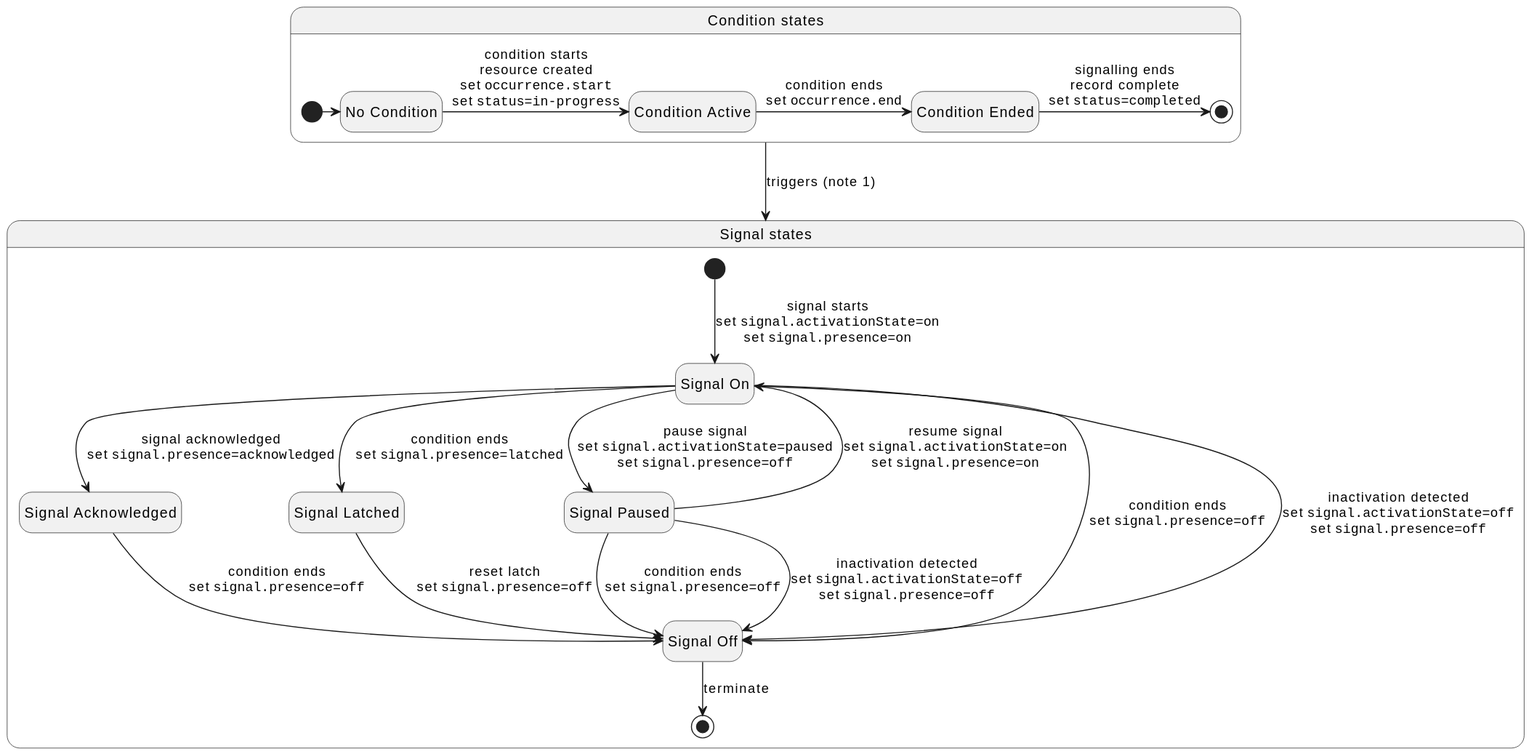
The PlantUML diagram images/devicealert-state-machine.svg in HL7/fhir, before a commit. Source of this version:
```plantuml
@startuml
hide empty description

state Condition as "Condition states" {
  state NoCondition as "No Condition"
  state ConditionActive as "Condition Active"
  state ConditionEnded as "Condition Ended"
  [*]  -right-> NoCondition
  NoCondition -right-> ConditionActive : condition starts\nresource created\nset ""occurrence.start""\nset ""status=in-progress""
  ConditionActive -right-> ConditionEnded : condition ends\nset ""occurrence.end""
  ConditionEnded -right-> [*] : signalling ends\nrecord complete\nset ""status=completed""
}
state Signal as "Signal states" {
  state SignalOn as "Signal On"
  state SignalAck as "Signal Acknowledged"
  state SignalLatched as "Signal Latched"
  state SignalPaused as "Signal Paused"
  state SignalOff as "Signal Off"
  [*]  --> SignalOn : signal starts\nset ""signal.activationState=on""\nset ""signal.presence=on""
  SignalOn -down-> SignalOff : condition ends\nset ""signal.presence=off""
  SignalOn --> SignalAck : signal acknowledged\nset ""signal.presence=acknowledged""
  SignalOn --> SignalLatched : condition ends\nset ""signal.presence=latched""
  SignalOn --> SignalPaused : pause signal\nset ""signal.activationState=paused""\nset ""signal.presence=off""
  SignalOn --> SignalOff : inactivation detected\nset ""signal.activationState=off""\nset ""signal.presence=off""
  SignalAck --> SignalOff : condition ends\nset ""signal.presence=off""
  SignalLatched --> SignalOff : reset latch\nset ""signal.presence=off""
  SignalPaused --> SignalOff : condition ends\nset ""signal.presence=off""
  SignalPaused --> SignalOff : inactivation detected\nset ""signal.activationState=off""\nset ""signal.presence=off""
  SignalPaused --> SignalOn : resume signal\nset ""signal.activationState=on""\nset ""signal.presence=on""
  SignalOff --> [*] : terminate
}
Condition --> Signal  : triggers (note 1)
@enduml
```
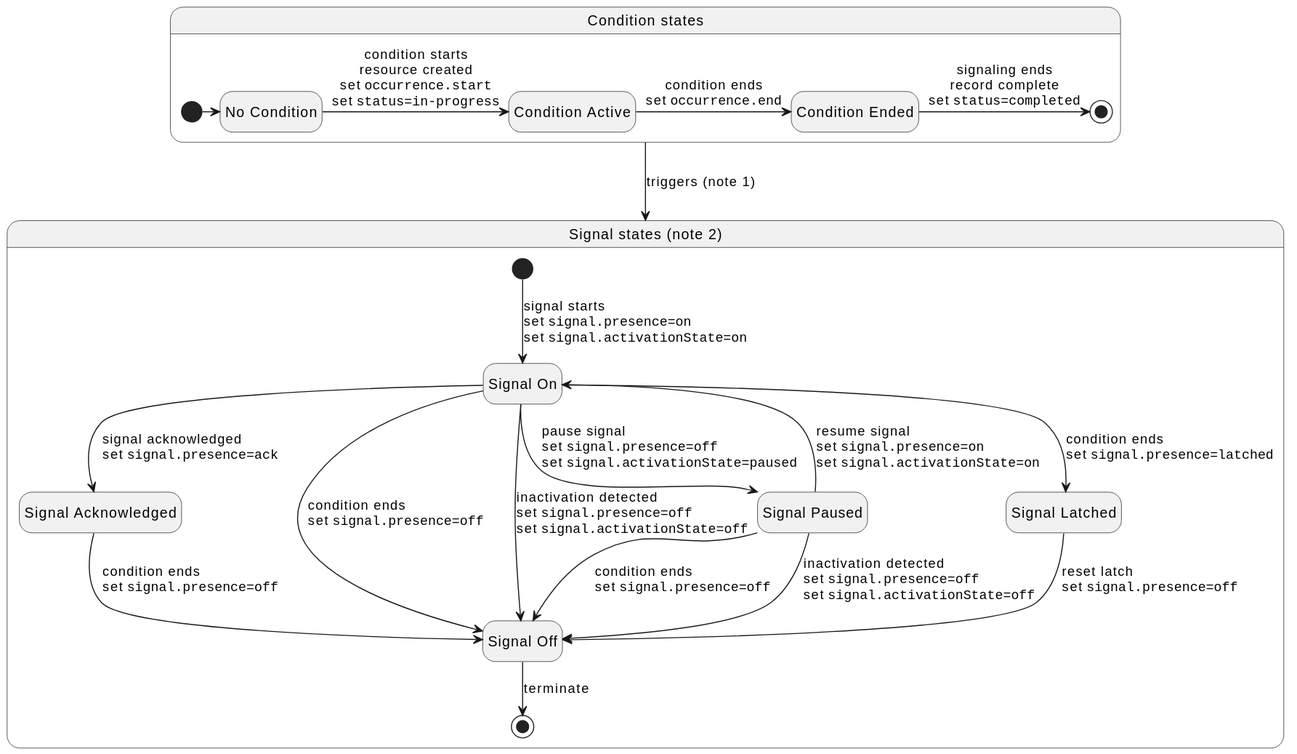
Above is the later version.

Diff of the diagram source:
```diff
@@ -8,25 +8,25 @@
   [*]  -right-> NoCondition
   NoCondition -right-> ConditionActive : condition starts\nresource created\nset ""occurrence.start""\nset ""status=in-progress""
   ConditionActive -right-> ConditionEnded : condition ends\nset ""occurrence.end""
-  ConditionEnded -right-> [*] : signalling ends\nrecord complete\nset ""status=completed""
+  ConditionEnded -right-> [*] : signaling ends\nrecord complete\nset ""status=completed""
 }
-state Signal as "Signal states" {
+state Signal as "Signal states (note 2)" {
   state SignalOn as "Signal On"
   state SignalAck as "Signal Acknowledged"
+  state SignalOff as "Signal Off"
+  state SignalPaused as "Signal Paused"
   state SignalLatched as "Signal Latched"
-  state SignalPaused as "Signal Paused"
-  state SignalOff as "Signal Off"
-  [*]  --> SignalOn : signal starts\nset ""signal.activationState=on""\nset ""signal.presence=on""
-  SignalOn -down-> SignalOff : condition ends\nset ""signal.presence=off""
-  SignalOn --> SignalAck : signal acknowledged\nset ""signal.presence=acknowledged""
-  SignalOn --> SignalLatched : condition ends\nset ""signal.presence=latched""
-  SignalOn --> SignalPaused : pause signal\nset ""signal.activationState=paused""\nset ""signal.presence=off""
-  SignalOn --> SignalOff : inactivation detected\nset ""signal.activationState=off""\nset ""signal.presence=off""
-  SignalAck --> SignalOff : condition ends\nset ""signal.presence=off""
-  SignalLatched --> SignalOff : reset latch\nset ""signal.presence=off""
-  SignalPaused --> SignalOff : condition ends\nset ""signal.presence=off""
-  SignalPaused --> SignalOff : inactivation detected\nset ""signal.activationState=off""\nset ""signal.presence=off""
-  SignalPaused --> SignalOn : resume signal\nset ""signal.activationState=on""\nset ""signal.presence=on""
+  [*]  --> SignalOn : signal starts\lset ""signal.presence=on""\lset ""signal.activationState=on""
+  SignalOn --> SignalOff : condition ends\lset ""signal.presence=off""
+  SignalOn --> SignalAck : signal acknowledged\lset ""signal.presence=ack""
+  SignalOn --> SignalLatched : condition ends\lset ""signal.presence=latched""
+  SignalOn --> SignalPaused : pause signal\lset ""signal.presence=off""\lset ""signal.activationState=paused""
+  SignalOn --> SignalOff : inactivation detected\lset ""signal.presence=off""\lset ""signal.activationState=off""
+  SignalAck --> SignalOff : condition ends\lset ""signal.presence=off""
+  SignalLatched --> SignalOff : reset latch\lset ""signal.presence=off""
+  SignalPaused --> SignalOff : condition ends\lset ""signal.presence=off""
+  SignalPaused --> SignalOff : inactivation detected\lset ""signal.presence=off""\lset ""signal.activationState=off""
+  SignalPaused --> SignalOn : resume signal\lset ""signal.presence=on""\lset ""signal.activationState=on""
   SignalOff --> [*] : terminate
 }
 Condition --> Signal  : triggers (note 1)
```
